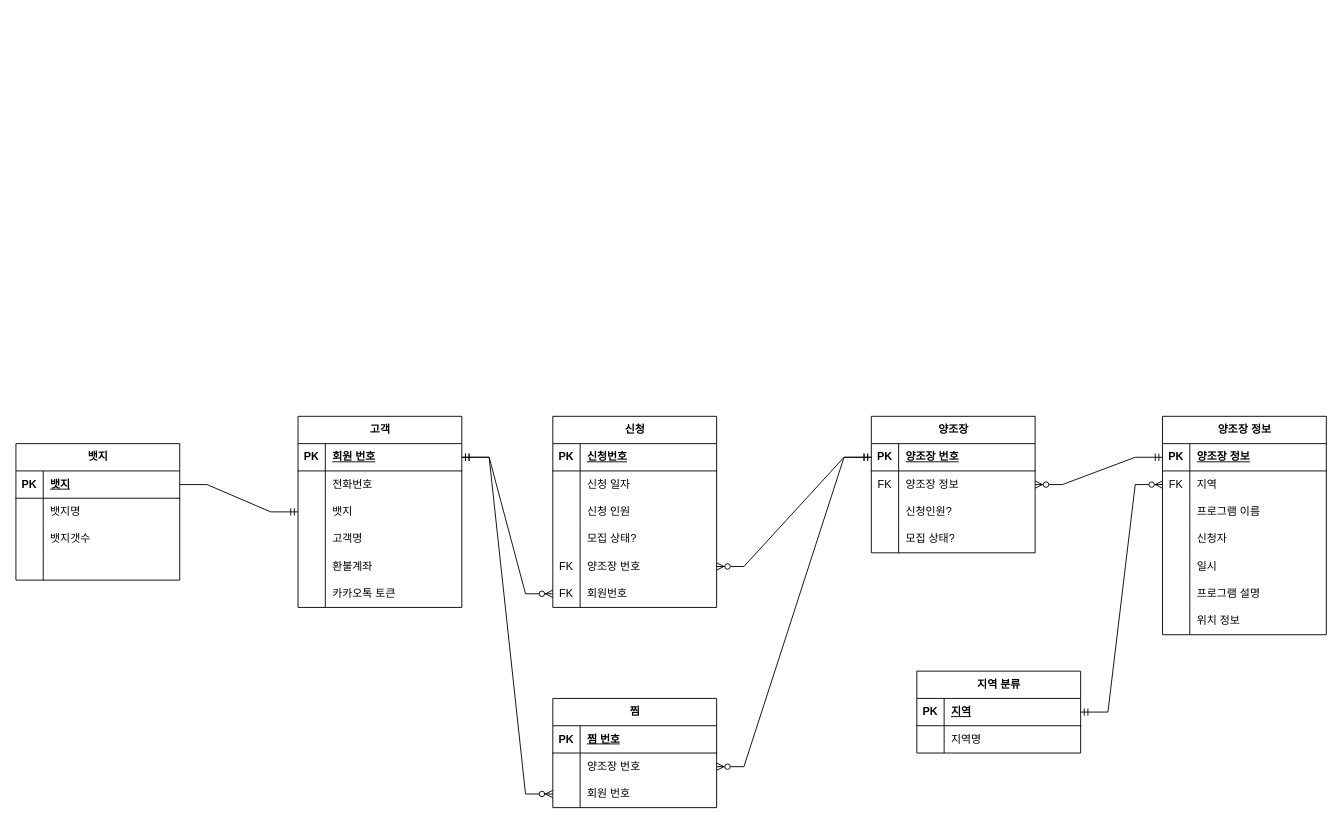
The draw.io diagram page "페이지-2" (2 of 2) of kkoalla.drawio in jjun522/erd, before the edit. Source tidied: cells renumbered, new cells numbered last; positions are measured from the earlier drawing's top-left corner, leaving out a move shared by most shapes. Both pictures are drawn from the tidied source at 91%, with x=0, y=0 at pixel (15, 416).
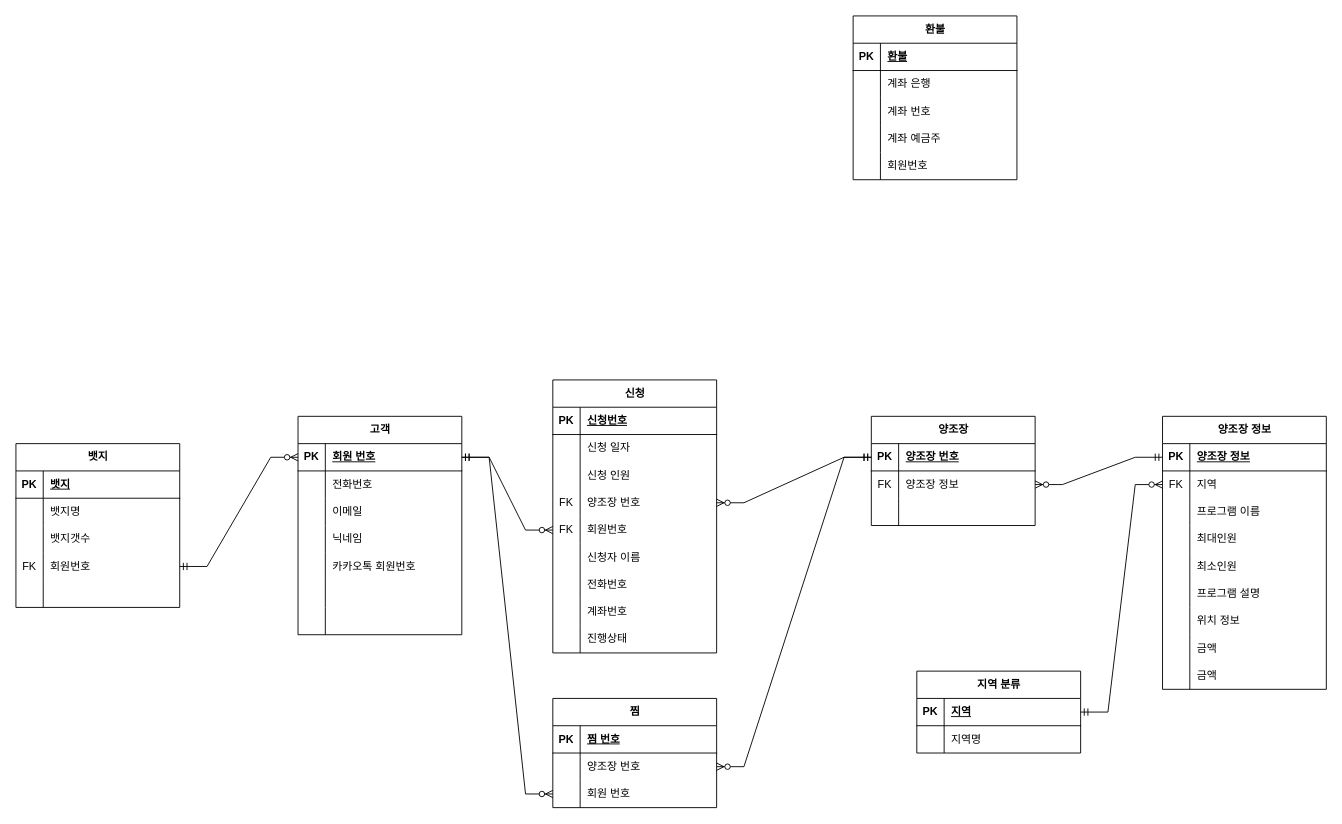
Above is the later version.

The change refers to these unchanged cells:
```xml
<mxCell id="22" style="shape=tableRow;horizontal=0;startSize=0;swimlaneHead=0;swimlaneBody=0;fillColor=none;points=[[0,0.5],[1,0.5]];portConstraint=eastwest;top=0;left=0;right=0;bottom=1;" parent="21" vertex="1">
  <mxGeometry y="30" width="180" height="30" as="geometry" />
</mxCell>
<mxCell id="57" style="shape=tableRow;horizontal=0;startSize=0;swimlaneHead=0;swimlaneBody=0;fillColor=none;top=0;left=0;right=0;bottom=0;" parent="50" vertex="1">
  <mxGeometry y="90" width="180" height="30" as="geometry" />
</mxCell>
<mxCell id="77" style="shape=tableRow;horizontal=0;startSize=0;swimlaneHead=0;swimlaneBody=0;fillColor=none;top=0;left=0;right=0;bottom=0;" parent="67" vertex="1">
  <mxGeometry y="120" width="180" height="30" as="geometry" />
</mxCell>
<mxCell id="80" style="shape=tableRow;horizontal=0;startSize=0;swimlaneHead=0;swimlaneBody=0;fillColor=none;top=0;left=0;right=0;bottom=0;" parent="67" vertex="1">
  <mxGeometry y="150" width="180" height="30" as="geometry" />
</mxCell>
<mxCell id="99" style="shape=tableRow;horizontal=0;startSize=0;swimlaneHead=0;swimlaneBody=0;fillColor=none;points=[[0,0.5],[1,0.5]];portConstraint=eastwest;top=0;left=0;right=0;bottom=1;" parent="98" vertex="1">
  <mxGeometry y="30" width="180" height="30" as="geometry" />
</mxCell>
<mxCell id="108" style="shape=tableRow;horizontal=0;startSize=0;swimlaneHead=0;swimlaneBody=0;fillColor=none;points=[[0,0.5],[1,0.5]];portConstraint=eastwest;top=0;left=0;right=0;bottom=0;" parent="98" vertex="1">
  <mxGeometry y="120" width="180" height="30" as="geometry" />
</mxCell>
```

Change to the diagram source:
```diff
@@
     <mxCell id="2" value="신청" style="shape=table;startSize=30;childLayout=tableLayout;rowLines=0;fontStyle=1;align=center;html=1;" parent="1" vertex="1">
-      <mxGeometry x="590" width="180" height="210" as="geometry" />
+      <mxGeometry x="590" y="-40" width="180" height="300" as="geometry" />
     </mxCell>
@@
-    <mxCell id="12" style="shape=tableRow;horizontal=0;startSize=0;swimlaneHead=0;swimlaneBody=0;fillColor=none;top=0;left=0;right=0;bottom=0;strokeColor=inherit;" parent="2" vertex="1">
-      <mxGeometry y="120" width="180" height="30" as="geometry" />
-    </mxCell>
-    <mxCell id="13" style="shape=partialRectangle;fillColor=none;top=0;left=0;bottom=0;right=0;overflow=hidden;whiteSpace=wrap;html=1;" parent="12" vertex="1">
-      <mxGeometry width="30" height="30" as="geometry" />
-    </mxCell>
-    <mxCell id="14" value="모집 상태?" style="shape=partialRectangle;fillColor=none;top=0;left=0;bottom=0;right=0;align=left;spacingLeft=6;overflow=hidden;whiteSpace=wrap;html=1;" parent="12" vertex="1">
-      <mxGeometry x="30" width="150" height="30" as="geometry" />
-    </mxCell>
     <mxCell id="15" style="shape=tableRow;horizontal=0;startSize=0;swimlaneHead=0;swimlaneBody=0;fillColor=none;points=[[0,0.5],[1,0.5]];portConstraint=eastwest;top=0;left=0;right=0;bottom=0;" parent="2" vertex="1">
-      <mxGeometry y="150" width="180" height="30" as="geometry" />
+      <mxGeometry y="120" width="180" height="30" as="geometry" />
     </mxCell>
@@
     <mxCell id="18" style="shape=tableRow;horizontal=0;startSize=0;swimlaneHead=0;swimlaneBody=0;fillColor=none;points=[[0,0.5],[1,0.5]];portConstraint=eastwest;top=0;left=0;right=0;bottom=0;" parent="2" vertex="1">
-      <mxGeometry y="180" width="180" height="30" as="geometry" />
+      <mxGeometry y="150" width="180" height="30" as="geometry" />
     </mxCell>
@@
+    <mxCell id="112" style="shape=tableRow;horizontal=0;startSize=0;swimlaneHead=0;swimlaneBody=0;fillColor=none;top=0;left=0;right=0;bottom=0;" parent="2" vertex="1">
+      <mxGeometry y="180" width="180" height="30" as="geometry" />
+    </mxCell>
+    <mxCell id="113" style="shape=partialRectangle;fillColor=none;top=0;left=0;bottom=0;right=0;overflow=hidden;whiteSpace=wrap;html=1;" parent="112" vertex="1">
+      <mxGeometry width="30" height="30" as="geometry" />
+    </mxCell>
+    <mxCell id="114" value="신청자 이름&amp;nbsp;" style="shape=partialRectangle;fillColor=none;top=0;left=0;bottom=0;right=0;align=left;spacingLeft=6;overflow=hidden;whiteSpace=wrap;html=1;" parent="112" vertex="1">
+      <mxGeometry x="30" width="150" height="30" as="geometry" />
+    </mxCell>
+    <mxCell id="115" style="shape=tableRow;horizontal=0;startSize=0;swimlaneHead=0;swimlaneBody=0;fillColor=none;top=0;left=0;right=0;bottom=0;" parent="2" vertex="1">
+      <mxGeometry y="210" width="180" height="30" as="geometry" />
+    </mxCell>
+    <mxCell id="116" style="shape=partialRectangle;fillColor=none;top=0;left=0;bottom=0;right=0;overflow=hidden;whiteSpace=wrap;html=1;" parent="115" vertex="1">
+      <mxGeometry width="30" height="30" as="geometry" />
+    </mxCell>
+    <mxCell id="117" value="전화번호" style="shape=partialRectangle;fillColor=none;top=0;left=0;bottom=0;right=0;align=left;spacingLeft=6;overflow=hidden;whiteSpace=wrap;html=1;" parent="115" vertex="1">
+      <mxGeometry x="30" width="150" height="30" as="geometry" />
+    </mxCell>
+    <mxCell id="118" style="shape=tableRow;horizontal=0;startSize=0;swimlaneHead=0;swimlaneBody=0;fillColor=none;top=0;left=0;right=0;bottom=0;" parent="2" vertex="1">
+      <mxGeometry y="240" width="180" height="30" as="geometry" />
+    </mxCell>
+    <mxCell id="119" style="shape=partialRectangle;fillColor=none;top=0;left=0;bottom=0;right=0;overflow=hidden;whiteSpace=wrap;html=1;" parent="118" vertex="1">
+      <mxGeometry width="30" height="30" as="geometry" />
+    </mxCell>
+    <mxCell id="120" value="계좌번호" style="shape=partialRectangle;fillColor=none;top=0;left=0;bottom=0;right=0;align=left;spacingLeft=6;overflow=hidden;whiteSpace=wrap;html=1;" parent="118" vertex="1">
+      <mxGeometry x="30" width="150" height="30" as="geometry" />
+    </mxCell>
+    <mxCell id="121" style="shape=tableRow;horizontal=0;startSize=0;swimlaneHead=0;swimlaneBody=0;fillColor=none;top=0;left=0;right=0;bottom=0;" parent="2" vertex="1">
+      <mxGeometry y="270" width="180" height="30" as="geometry" />
+    </mxCell>
+    <mxCell id="122" style="shape=partialRectangle;fillColor=none;top=0;left=0;bottom=0;right=0;overflow=hidden;whiteSpace=wrap;html=1;" parent="121" vertex="1">
+      <mxGeometry width="30" height="30" as="geometry" />
+    </mxCell>
+    <mxCell id="123" value="진행상태" style="shape=partialRectangle;fillColor=none;top=0;left=0;bottom=0;right=0;align=left;spacingLeft=6;overflow=hidden;whiteSpace=wrap;html=1;" parent="121" vertex="1">
+      <mxGeometry x="30" width="150" height="30" as="geometry" />
+    </mxCell>
     <mxCell id="21" value="고객" style="shape=table;startSize=30;childLayout=tableLayout;rowLines=0;fontStyle=1;align=center;html=1;" parent="1" vertex="1">
-      <mxGeometry x="310" width="180" height="210" as="geometry" />
+      <mxGeometry x="310" width="180" height="240" as="geometry" />
     </mxCell>
@@
-    <mxCell id="28" style="shape=tableRow;horizontal=0;startSize=0;swimlaneHead=0;swimlaneBody=0;fillColor=none;points=[[0,0.5],[1,0.5]];portConstraint=eastwest;top=0;left=0;right=0;bottom=0;" parent="21" vertex="1">
-      <mxGeometry y="90" width="180" height="30" as="geometry" />
-    </mxCell>
-    <mxCell id="29" style="shape=partialRectangle;fillColor=none;top=0;left=0;bottom=0;right=0;overflow=hidden;whiteSpace=wrap;html=1;" parent="28" vertex="1">
-      <mxGeometry width="30" height="30" as="geometry" />
-    </mxCell>
-    <mxCell id="30" value="뱃지" style="shape=partialRectangle;fillColor=none;top=0;left=0;bottom=0;right=0;align=left;spacingLeft=6;overflow=hidden;whiteSpace=wrap;html=1;" parent="28" vertex="1">
-      <mxGeometry x="30" width="150" height="30" as="geometry" />
-    </mxCell>
     <mxCell id="31" style="shape=tableRow;horizontal=0;startSize=0;swimlaneHead=0;swimlaneBody=0;fillColor=none;top=0;left=0;right=0;bottom=0;" parent="21" vertex="1">
-      <mxGeometry y="120" width="180" height="30" as="geometry" />
+      <mxGeometry y="90" width="180" height="30" as="geometry" />
     </mxCell>
@@
-    <mxCell id="33" value="고객명" style="shape=partialRectangle;fillColor=none;top=0;left=0;bottom=0;right=0;align=left;spacingLeft=6;overflow=hidden;whiteSpace=wrap;html=1;" parent="31" vertex="1">
+    <mxCell id="33" value="이메일" style="shape=partialRectangle;fillColor=none;top=0;left=0;bottom=0;right=0;align=left;spacingLeft=6;overflow=hidden;whiteSpace=wrap;html=1;" parent="31" vertex="1">
       <mxGeometry x="30" width="150" height="30" as="geometry" />
     </mxCell>
     <mxCell id="34" style="shape=tableRow;horizontal=0;startSize=0;swimlaneHead=0;swimlaneBody=0;fillColor=none;top=0;left=0;right=0;bottom=0;" parent="21" vertex="1">
-      <mxGeometry y="150" width="180" height="30" as="geometry" />
+      <mxGeometry y="120" width="180" height="30" as="geometry" />
     </mxCell>
@@
-    <mxCell id="36" value="환불계좌" style="shape=partialRectangle;fillColor=none;top=0;left=0;bottom=0;right=0;align=left;spacingLeft=6;overflow=hidden;whiteSpace=wrap;html=1;" parent="34" vertex="1">
+    <mxCell id="36" value="닉네임" style="shape=partialRectangle;fillColor=none;top=0;left=0;bottom=0;right=0;align=left;spacingLeft=6;overflow=hidden;whiteSpace=wrap;html=1;" parent="34" vertex="1">
       <mxGeometry x="30" width="150" height="30" as="geometry" />
     </mxCell>
     <mxCell id="37" style="shape=tableRow;horizontal=0;startSize=0;swimlaneHead=0;swimlaneBody=0;fillColor=none;top=0;left=0;right=0;bottom=0;" parent="21" vertex="1">
-      <mxGeometry y="180" width="180" height="30" as="geometry" />
+      <mxGeometry y="150" width="180" height="30" as="geometry" />
     </mxCell>
@@
-    <mxCell id="39" value="카카오톡 토큰" style="shape=partialRectangle;fillColor=none;top=0;left=0;bottom=0;right=0;align=left;spacingLeft=6;overflow=hidden;whiteSpace=wrap;html=1;" parent="37" vertex="1">
+    <mxCell id="39" value="카카오톡 회원번호" style="shape=partialRectangle;fillColor=none;top=0;left=0;bottom=0;right=0;align=left;spacingLeft=6;overflow=hidden;whiteSpace=wrap;html=1;" parent="37" vertex="1">
       <mxGeometry x="30" width="150" height="30" as="geometry" />
     </mxCell>
+    <mxCell id="124" style="shape=tableRow;horizontal=0;startSize=0;swimlaneHead=0;swimlaneBody=0;fillColor=none;top=0;left=0;right=0;bottom=0;" parent="21" vertex="1">
+      <mxGeometry y="180" width="180" height="30" as="geometry" />
+    </mxCell>
+    <mxCell id="125" style="shape=partialRectangle;fillColor=none;top=0;left=0;bottom=0;right=0;overflow=hidden;whiteSpace=wrap;html=1;" parent="124" vertex="1">
+      <mxGeometry width="30" height="30" as="geometry" />
+    </mxCell>
+    <mxCell id="126" style="shape=partialRectangle;fillColor=none;top=0;left=0;bottom=0;right=0;align=left;spacingLeft=6;overflow=hidden;whiteSpace=wrap;html=1;" parent="124" vertex="1">
+      <mxGeometry x="30" width="150" height="30" as="geometry" />
+    </mxCell>
+    <mxCell id="127" style="shape=tableRow;horizontal=0;startSize=0;swimlaneHead=0;swimlaneBody=0;fillColor=none;top=0;left=0;right=0;bottom=0;" parent="21" vertex="1">
+      <mxGeometry y="210" width="180" height="30" as="geometry" />
+    </mxCell>
+    <mxCell id="128" style="shape=partialRectangle;fillColor=none;top=0;left=0;bottom=0;right=0;overflow=hidden;whiteSpace=wrap;html=1;" parent="127" vertex="1">
+      <mxGeometry width="30" height="30" as="geometry" />
+    </mxCell>
+    <mxCell id="129" style="shape=partialRectangle;fillColor=none;top=0;left=0;bottom=0;right=0;align=left;spacingLeft=6;overflow=hidden;whiteSpace=wrap;html=1;" parent="127" vertex="1">
+      <mxGeometry x="30" width="150" height="30" as="geometry" />
+    </mxCell>
@@
     <mxCell id="50" value="양조장" style="shape=table;startSize=30;childLayout=tableLayout;rowLines=0;fontStyle=1;align=center;html=1;" parent="1" vertex="1">
-      <mxGeometry x="940" width="180" height="150" as="geometry" />
+      <mxGeometry x="940" width="180" height="120" as="geometry" />
     </mxCell>
@@
-    <mxCell id="59" value="신청인원?" style="shape=partialRectangle;fillColor=none;top=0;left=0;bottom=0;right=0;align=left;spacingLeft=6;overflow=hidden;whiteSpace=wrap;html=1;" parent="57" vertex="1">
+    <mxCell id="59" style="shape=partialRectangle;fillColor=none;top=0;left=0;bottom=0;right=0;align=left;spacingLeft=6;overflow=hidden;whiteSpace=wrap;html=1;" parent="57" vertex="1">
       <mxGeometry x="30" width="150" height="30" as="geometry" />
     </mxCell>
-    <mxCell id="60" style="shape=tableRow;horizontal=0;startSize=0;swimlaneHead=0;swimlaneBody=0;fillColor=none;top=0;left=0;right=0;bottom=0;" parent="50" vertex="1">
-      <mxGeometry y="120" width="180" height="30" as="geometry" />
-    </mxCell>
-    <mxCell id="61" style="shape=partialRectangle;fillColor=none;top=0;left=0;bottom=0;right=0;overflow=hidden;whiteSpace=wrap;html=1;" parent="60" vertex="1">
-      <mxGeometry width="30" height="30" as="geometry" />
-    </mxCell>
-    <mxCell id="62" value="모집 상태?" style="shape=partialRectangle;fillColor=none;top=0;left=0;bottom=0;right=0;align=left;spacingLeft=6;overflow=hidden;whiteSpace=wrap;html=1;" parent="60" vertex="1">
-      <mxGeometry x="30" width="150" height="30" as="geometry" />
-    </mxCell>
@@
     <mxCell id="67" value="양조장 정보" style="shape=table;startSize=30;childLayout=tableLayout;rowLines=0;fontStyle=1;align=center;html=1;" parent="1" vertex="1">
-      <mxGeometry x="1260" width="180" height="240" as="geometry" />
+      <mxGeometry x="1260" width="180" height="300" as="geometry" />
     </mxCell>
@@
-    <mxCell id="79" value="신청자" style="shape=partialRectangle;fillColor=none;top=0;left=0;bottom=0;right=0;align=left;spacingLeft=6;overflow=hidden;whiteSpace=wrap;html=1;" parent="77" vertex="1">
+    <mxCell id="79" value="최대인원" style="shape=partialRectangle;fillColor=none;top=0;left=0;bottom=0;right=0;align=left;spacingLeft=6;overflow=hidden;whiteSpace=wrap;html=1;" parent="77" vertex="1">
       <mxGeometry x="30" width="150" height="30" as="geometry" />
     </mxCell>
@@
-    <mxCell id="82" value="일시" style="shape=partialRectangle;fillColor=none;top=0;left=0;bottom=0;right=0;align=left;spacingLeft=6;overflow=hidden;whiteSpace=wrap;html=1;" parent="80" vertex="1">
+    <mxCell id="82" value="최소인원" style="shape=partialRectangle;fillColor=none;top=0;left=0;bottom=0;right=0;align=left;spacingLeft=6;overflow=hidden;whiteSpace=wrap;html=1;" parent="80" vertex="1">
       <mxGeometry x="30" width="150" height="30" as="geometry" />
     </mxCell>
@@
+    <mxCell id="130" style="shape=tableRow;horizontal=0;startSize=0;swimlaneHead=0;swimlaneBody=0;fillColor=none;top=0;left=0;right=0;bottom=0;" parent="67" vertex="1">
+      <mxGeometry y="240" width="180" height="30" as="geometry" />
+    </mxCell>
+    <mxCell id="131" style="shape=partialRectangle;fillColor=none;top=0;left=0;bottom=0;right=0;overflow=hidden;whiteSpace=wrap;html=1;" parent="130" vertex="1">
+      <mxGeometry width="30" height="30" as="geometry" />
+    </mxCell>
+    <mxCell id="132" value="금액" style="shape=partialRectangle;fillColor=none;top=0;left=0;bottom=0;right=0;align=left;spacingLeft=6;overflow=hidden;whiteSpace=wrap;html=1;" parent="130" vertex="1">
+      <mxGeometry x="30" width="150" height="30" as="geometry" />
+    </mxCell>
+    <mxCell id="133" style="shape=tableRow;horizontal=0;startSize=0;swimlaneHead=0;swimlaneBody=0;fillColor=none;top=0;left=0;right=0;bottom=0;" parent="67" vertex="1">
+      <mxGeometry y="270" width="180" height="30" as="geometry" />
+    </mxCell>
+    <mxCell id="134" style="shape=partialRectangle;fillColor=none;top=0;left=0;bottom=0;right=0;overflow=hidden;whiteSpace=wrap;html=1;" parent="133" vertex="1">
+      <mxGeometry width="30" height="30" as="geometry" />
+    </mxCell>
+    <mxCell id="135" value="금액" style="shape=partialRectangle;fillColor=none;top=0;left=0;bottom=0;right=0;align=left;spacingLeft=6;overflow=hidden;whiteSpace=wrap;html=1;" parent="133" vertex="1">
+      <mxGeometry x="30" width="150" height="30" as="geometry" />
+    </mxCell>
@@
     <mxCell id="98" value="뱃지" style="shape=table;startSize=30;childLayout=tableLayout;rowLines=0;fontStyle=1;align=center;html=1;" parent="1" vertex="1">
-      <mxGeometry y="30" width="180" height="150" as="geometry" />
+      <mxGeometry y="30" width="180" height="180" as="geometry" />
     </mxCell>
@@
-    <mxCell id="109" style="shape=partialRectangle;fillColor=none;top=0;left=0;bottom=0;right=0;overflow=hidden;whiteSpace=wrap;html=1;" parent="108" vertex="1">
+    <mxCell id="109" value="FK" style="shape=partialRectangle;fillColor=none;top=0;left=0;bottom=0;right=0;overflow=hidden;whiteSpace=wrap;html=1;" parent="108" vertex="1">
       <mxGeometry width="30" height="30" as="geometry" />
     </mxCell>
-    <mxCell id="110" style="shape=partialRectangle;fillColor=none;top=0;left=0;bottom=0;right=0;align=left;spacingLeft=6;overflow=hidden;whiteSpace=wrap;html=1;" parent="108" vertex="1">
+    <mxCell id="110" value="회원번호" style="shape=partialRectangle;fillColor=none;top=0;left=0;bottom=0;right=0;align=left;spacingLeft=6;overflow=hidden;whiteSpace=wrap;html=1;" parent="108" vertex="1">
       <mxGeometry x="30" width="150" height="30" as="geometry" />
     </mxCell>
-    <mxCell id="111" style="edgeStyle=entityRelationEdgeStyle;fontSize=12;html=1;endArrow=ERmandOne;rounded=0;entryX=0;entryY=0.5;entryDx=0;entryDy=0;exitX=1;exitY=0.5;exitDx=0;exitDy=0;" parent="1" edge="1" source="99" target="28">
-      <mxGeometry relative="1" as="geometry" />
-    </mxCell>
+    <mxCell id="136" style="shape=tableRow;horizontal=0;startSize=0;swimlaneHead=0;swimlaneBody=0;fillColor=none;top=0;left=0;right=0;bottom=0;" parent="98" vertex="1">
+      <mxGeometry y="150" width="180" height="30" as="geometry" />
+    </mxCell>
+    <mxCell id="137" style="shape=partialRectangle;fillColor=none;top=0;left=0;bottom=0;right=0;overflow=hidden;whiteSpace=wrap;html=1;" parent="136" vertex="1">
+      <mxGeometry width="30" height="30" as="geometry" />
+    </mxCell>
+    <mxCell id="138" style="shape=partialRectangle;fillColor=none;top=0;left=0;bottom=0;right=0;align=left;spacingLeft=6;overflow=hidden;whiteSpace=wrap;html=1;" parent="136" vertex="1">
+      <mxGeometry x="30" width="150" height="30" as="geometry" />
+    </mxCell>
+    <mxCell id="139" value="환불" style="shape=table;startSize=30;childLayout=tableLayout;rowLines=0;fontStyle=1;align=center;html=1;" parent="1" vertex="1">
+      <mxGeometry x="920" y="-440" width="180" height="180" as="geometry" />
+    </mxCell>
+    <mxCell id="140" style="shape=tableRow;horizontal=0;startSize=0;swimlaneHead=0;swimlaneBody=0;fillColor=none;top=0;left=0;right=0;bottom=1;" parent="139" vertex="1">
+      <mxGeometry y="30" width="180" height="30" as="geometry" />
+    </mxCell>
+    <mxCell id="141" value="PK" style="shape=partialRectangle;fillColor=none;top=0;left=0;bottom=0;right=0;fontStyle=1;overflow=hidden;whiteSpace=wrap;html=1;" parent="140" vertex="1">
+      <mxGeometry width="30" height="30" as="geometry" />
+    </mxCell>
+    <mxCell id="142" value="환불" style="shape=partialRectangle;fillColor=none;top=0;left=0;bottom=0;right=0;align=left;spacingLeft=6;fontStyle=5;overflow=hidden;whiteSpace=wrap;html=1;" parent="140" vertex="1">
+      <mxGeometry x="30" width="150" height="30" as="geometry" />
+    </mxCell>
+    <mxCell id="143" style="shape=tableRow;horizontal=0;startSize=0;swimlaneHead=0;swimlaneBody=0;fillColor=none;top=0;left=0;right=0;bottom=0;" parent="139" vertex="1">
+      <mxGeometry y="60" width="180" height="30" as="geometry" />
+    </mxCell>
+    <mxCell id="144" style="shape=partialRectangle;fillColor=none;top=0;left=0;bottom=0;right=0;overflow=hidden;whiteSpace=wrap;html=1;" parent="143" vertex="1">
+      <mxGeometry width="30" height="30" as="geometry" />
+    </mxCell>
+    <mxCell id="145" value="계좌 은행&lt;span style=&quot;white-space: pre;&quot;&gt;&#9;&lt;/span&gt;" style="shape=partialRectangle;fillColor=none;top=0;left=0;bottom=0;right=0;align=left;spacingLeft=6;overflow=hidden;whiteSpace=wrap;html=1;" parent="143" vertex="1">
+      <mxGeometry x="30" width="150" height="30" as="geometry" />
+    </mxCell>
+    <mxCell id="28" style="shape=tableRow;horizontal=0;startSize=0;swimlaneHead=0;swimlaneBody=0;fillColor=none;points=[[0,0.5],[1,0.5]];portConstraint=eastwest;top=0;left=0;right=0;bottom=0;" parent="139" vertex="1">
+      <mxGeometry y="90" width="180" height="30" as="geometry" />
+    </mxCell>
+    <mxCell id="146" style="shape=partialRectangle;fillColor=none;top=0;left=0;bottom=0;right=0;overflow=hidden;whiteSpace=wrap;html=1;" parent="28" vertex="1">
+      <mxGeometry width="30" height="30" as="geometry" />
+    </mxCell>
+    <mxCell id="147" value="계좌 번호" style="shape=partialRectangle;fillColor=none;top=0;left=0;bottom=0;right=0;align=left;spacingLeft=6;overflow=hidden;whiteSpace=wrap;html=1;" parent="28" vertex="1">
+      <mxGeometry x="30" width="150" height="30" as="geometry" />
+    </mxCell>
+    <mxCell id="60" style="shape=tableRow;horizontal=0;startSize=0;swimlaneHead=0;swimlaneBody=0;fillColor=none;top=0;left=0;right=0;bottom=0;" parent="139" vertex="1">
+      <mxGeometry y="120" width="180" height="30" as="geometry" />
+    </mxCell>
+    <mxCell id="148" style="shape=partialRectangle;fillColor=none;top=0;left=0;bottom=0;right=0;overflow=hidden;whiteSpace=wrap;html=1;" parent="60" vertex="1">
+      <mxGeometry width="30" height="30" as="geometry" />
+    </mxCell>
+    <mxCell id="149" value="계좌 예금주" style="shape=partialRectangle;fillColor=none;top=0;left=0;bottom=0;right=0;align=left;spacingLeft=6;overflow=hidden;whiteSpace=wrap;html=1;" parent="60" vertex="1">
+      <mxGeometry x="30" width="150" height="30" as="geometry" />
+    </mxCell>
+    <mxCell id="150" style="shape=tableRow;horizontal=0;startSize=0;swimlaneHead=0;swimlaneBody=0;fillColor=none;top=0;left=0;right=0;bottom=0;" parent="139" vertex="1">
+      <mxGeometry y="150" width="180" height="30" as="geometry" />
+    </mxCell>
+    <mxCell id="151" style="shape=partialRectangle;fillColor=none;top=0;left=0;bottom=0;right=0;overflow=hidden;whiteSpace=wrap;html=1;" parent="150" vertex="1">
+      <mxGeometry width="30" height="30" as="geometry" />
+    </mxCell>
+    <mxCell id="152" value="회원번호" style="shape=partialRectangle;fillColor=none;top=0;left=0;bottom=0;right=0;align=left;spacingLeft=6;overflow=hidden;whiteSpace=wrap;html=1;" parent="150" vertex="1">
+      <mxGeometry x="30" width="150" height="30" as="geometry" />
+    </mxCell>
+    <mxCell id="153" style="edgeStyle=entityRelationEdgeStyle;fontSize=12;html=1;endArrow=ERzeroToMany;startArrow=ERmandOne;rounded=0;entryX=0;entryY=0.5;entryDx=0;entryDy=0;exitX=1;exitY=0.5;exitDx=0;exitDy=0;" parent="1" edge="1" source="108" target="22">
+      <mxGeometry relative="1" as="geometry" />
+    </mxCell>
```
